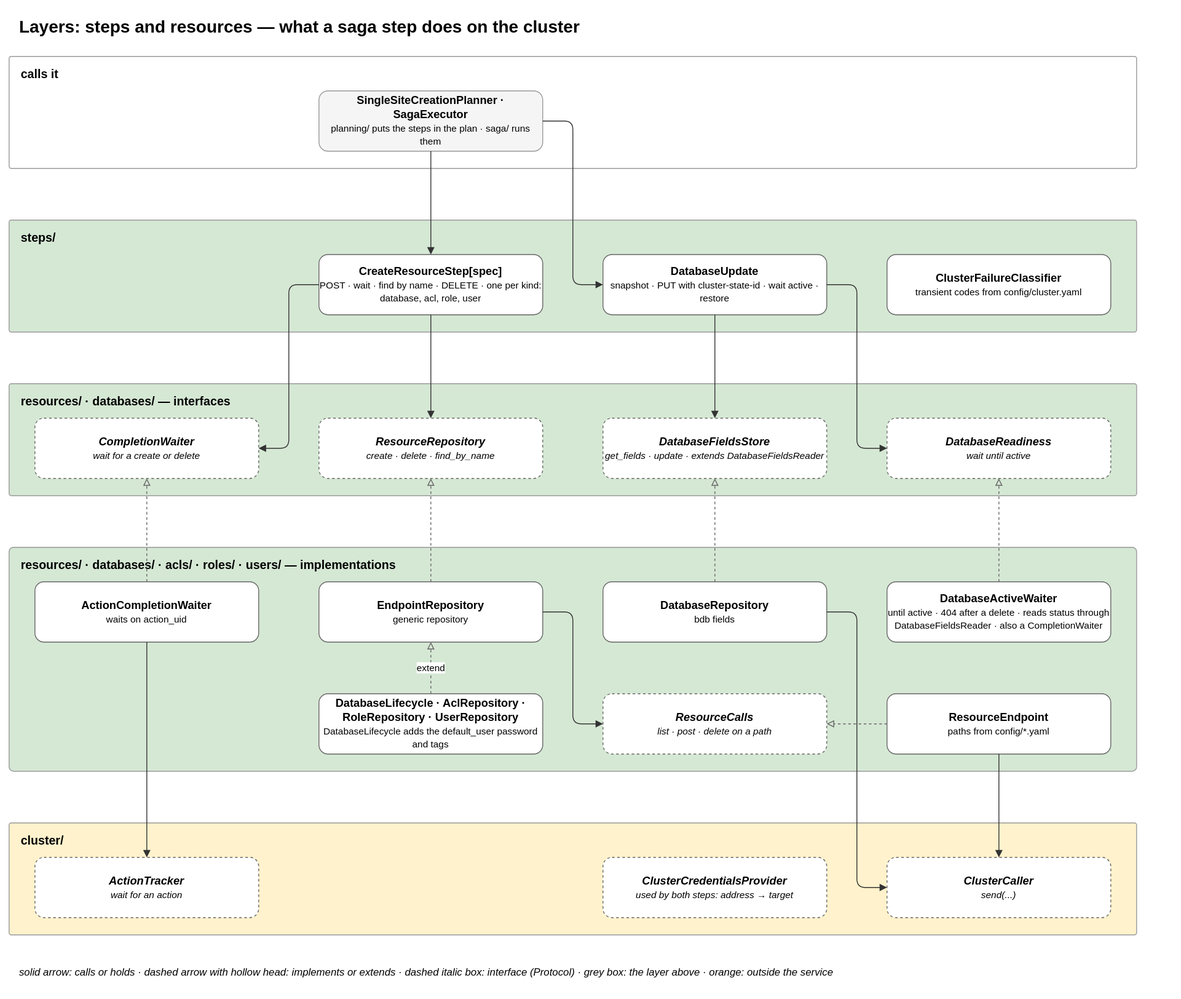
Before: docs/diagrams/07-layer-steps-resources.drawio.svg, a diagram exported from draw.io (EliShteinman/redis-enterprise-services). Source tidied: cells renumbered, new cells last; positions are measured from the earlier drawing's top-left corner, leaving out a move shared by most shapes.
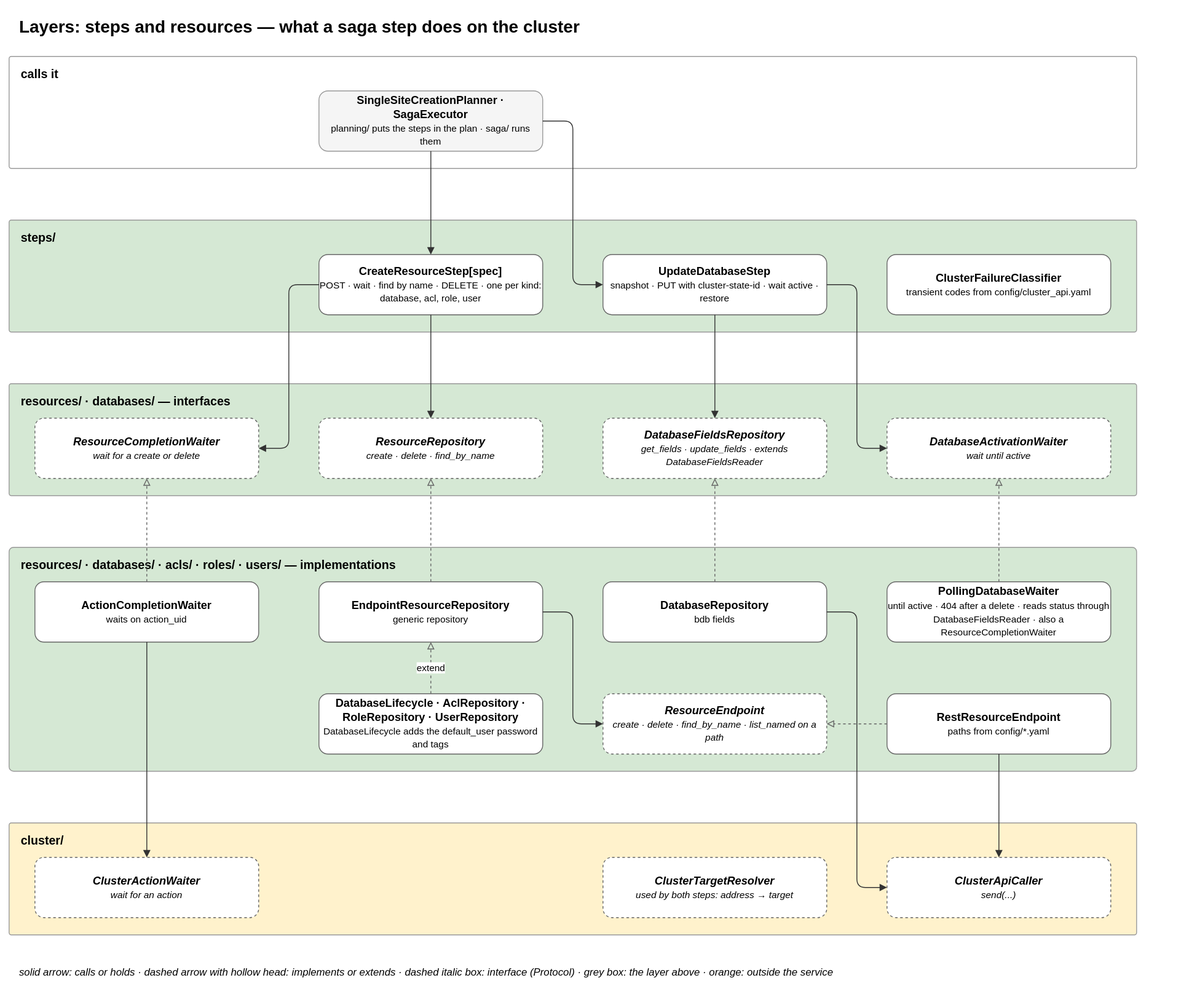
The same diagram one commit later.

What changed in the source:
```diff
@@ -17,25 +17,25 @@
     <mxCell id="6" value="&lt;b&gt;CreateResourceStep[spec]&lt;/b&gt;&lt;br&gt;&lt;font style='font-size:11px'&gt;POST · wait · find by name · DELETE · one per kind: database, acl, role, user&lt;/font&gt;" style="rounded=1;whiteSpace=wrap;html=1;fillColor=#ffffff;strokeColor=#666666;fontSize=13;" parent="1" vertex="1">
       <mxGeometry x="360" y="285" width="260" height="70" as="geometry" />
     </mxCell>
-    <mxCell id="7" value="&lt;b&gt;DatabaseUpdate&lt;/b&gt;&lt;br&gt;&lt;font style='font-size:11px'&gt;snapshot · PUT with cluster-state-id · wait active · restore&lt;/font&gt;" style="rounded=1;whiteSpace=wrap;html=1;fillColor=#ffffff;strokeColor=#666666;fontSize=13;" parent="1" vertex="1">
+    <mxCell id="7" value="&lt;b&gt;UpdateDatabaseStep&lt;/b&gt;&lt;br&gt;&lt;font style='font-size:11px'&gt;snapshot · PUT with cluster-state-id · wait active · restore&lt;/font&gt;" style="rounded=1;whiteSpace=wrap;html=1;fillColor=#ffffff;strokeColor=#666666;fontSize=13;" parent="1" vertex="1">
       <mxGeometry x="690" y="285" width="260" height="70" as="geometry" />
     </mxCell>
-    <mxCell id="8" value="&lt;b&gt;ClusterFailureClassifier&lt;/b&gt;&lt;br&gt;&lt;font style='font-size:11px'&gt;transient codes from config/cluster.yaml&lt;/font&gt;" style="rounded=1;whiteSpace=wrap;html=1;fillColor=#ffffff;strokeColor=#666666;fontSize=13;" parent="1" vertex="1">
+    <mxCell id="8" value="&lt;b&gt;ClusterFailureClassifier&lt;/b&gt;&lt;br&gt;&lt;font style='font-size:11px'&gt;transient codes from config/cluster_api.yaml&lt;/font&gt;" style="rounded=1;whiteSpace=wrap;html=1;fillColor=#ffffff;strokeColor=#666666;fontSize=13;" parent="1" vertex="1">
       <mxGeometry x="1020" y="285" width="260" height="70" as="geometry" />
     </mxCell>
     <mxCell id="9" value="&lt;b&gt;resources/ · databases/ — interfaces&lt;/b&gt;" style="rounded=1;arcSize=2;fillColor=#d5e8d4;strokeColor=#999999;verticalAlign=top;align=left;spacingLeft=12;spacingTop=6;html=1;fontSize=14;" parent="1" vertex="1">
       <mxGeometry y="435" width="1310" height="130" as="geometry" />
     </mxCell>
-    <mxCell id="10" value="&lt;b&gt;CompletionWaiter&lt;/b&gt;&lt;br&gt;&lt;font style='font-size:11px'&gt;wait for a create or delete&lt;/font&gt;" style="rounded=1;whiteSpace=wrap;html=1;fillColor=#ffffff;strokeColor=#666666;fontSize=13;dashed=1;fontStyle=2;" parent="1" vertex="1">
+    <mxCell id="10" value="&lt;b&gt;ResourceCompletionWaiter&lt;/b&gt;&lt;br&gt;&lt;font style='font-size:11px'&gt;wait for a create or delete&lt;/font&gt;" style="rounded=1;whiteSpace=wrap;html=1;fillColor=#ffffff;strokeColor=#666666;fontSize=13;dashed=1;fontStyle=2;" parent="1" vertex="1">
       <mxGeometry x="30" y="475" width="260" height="70" as="geometry" />
     </mxCell>
     <mxCell id="11" value="&lt;b&gt;ResourceRepository&lt;/b&gt;&lt;br&gt;&lt;font style='font-size:11px'&gt;create · delete · find_by_name&lt;/font&gt;" style="rounded=1;whiteSpace=wrap;html=1;fillColor=#ffffff;strokeColor=#666666;fontSize=13;dashed=1;fontStyle=2;" parent="1" vertex="1">
       <mxGeometry x="360" y="475" width="260" height="70" as="geometry" />
     </mxCell>
-    <mxCell id="12" value="&lt;b&gt;DatabaseFieldsStore&lt;/b&gt;&lt;br&gt;&lt;font style='font-size:11px'&gt;get_fields · update · extends DatabaseFieldsReader&lt;/font&gt;" style="rounded=1;whiteSpace=wrap;html=1;fillColor=#ffffff;strokeColor=#666666;fontSize=13;dashed=1;fontStyle=2;" parent="1" vertex="1">
+    <mxCell id="12" value="&lt;b&gt;DatabaseFieldsRepository&lt;/b&gt;&lt;br&gt;&lt;font style='font-size:11px'&gt;get_fields · update_fields · extends DatabaseFieldsReader&lt;/font&gt;" style="rounded=1;whiteSpace=wrap;html=1;fillColor=#ffffff;strokeColor=#666666;fontSize=13;dashed=1;fontStyle=2;" parent="1" vertex="1">
       <mxGeometry x="690" y="475" width="260" height="70" as="geometry" />
     </mxCell>
-    <mxCell id="13" value="&lt;b&gt;DatabaseReadiness&lt;/b&gt;&lt;br&gt;&lt;font style='font-size:11px'&gt;wait until active&lt;/font&gt;" style="rounded=1;whiteSpace=wrap;html=1;fillColor=#ffffff;strokeColor=#666666;fontSize=13;dashed=1;fontStyle=2;" parent="1" vertex="1">
+    <mxCell id="13" value="&lt;b&gt;DatabaseActivationWaiter&lt;/b&gt;&lt;br&gt;&lt;font style='font-size:11px'&gt;wait until active&lt;/font&gt;" style="rounded=1;whiteSpace=wrap;html=1;fillColor=#ffffff;strokeColor=#666666;fontSize=13;dashed=1;fontStyle=2;" parent="1" vertex="1">
       <mxGeometry x="1020" y="475" width="260" height="70" as="geometry" />
     </mxCell>
     <mxCell id="14" value="&lt;b&gt;resources/ · databases/ · acls/ · roles/ · users/ — implementations&lt;/b&gt;" style="rounded=1;arcSize=2;fillColor=#d5e8d4;strokeColor=#999999;verticalAlign=top;align=left;spacingLeft=12;spacingTop=6;html=1;fontSize=14;" parent="1" vertex="1">
@@ -44,34 +44,34 @@
     <mxCell id="15" value="&lt;b&gt;ActionCompletionWaiter&lt;/b&gt;&lt;br&gt;&lt;font style='font-size:11px'&gt;waits on action_uid&lt;/font&gt;" style="rounded=1;whiteSpace=wrap;html=1;fillColor=#ffffff;strokeColor=#666666;fontSize=13;" parent="1" vertex="1">
       <mxGeometry x="30" y="665" width="260" height="70" as="geometry" />
     </mxCell>
-    <mxCell id="16" value="&lt;b&gt;EndpointRepository&lt;/b&gt;&lt;br&gt;&lt;font style='font-size:11px'&gt;generic repository&lt;/font&gt;" style="rounded=1;whiteSpace=wrap;html=1;fillColor=#ffffff;strokeColor=#666666;fontSize=13;" parent="1" vertex="1">
+    <mxCell id="16" value="&lt;b&gt;EndpointResourceRepository&lt;/b&gt;&lt;br&gt;&lt;font style='font-size:11px'&gt;generic repository&lt;/font&gt;" style="rounded=1;whiteSpace=wrap;html=1;fillColor=#ffffff;strokeColor=#666666;fontSize=13;" parent="1" vertex="1">
       <mxGeometry x="360" y="665" width="260" height="70" as="geometry" />
     </mxCell>
     <mxCell id="17" value="&lt;b&gt;DatabaseRepository&lt;/b&gt;&lt;br&gt;&lt;font style='font-size:11px'&gt;bdb fields&lt;/font&gt;" style="rounded=1;whiteSpace=wrap;html=1;fillColor=#ffffff;strokeColor=#666666;fontSize=13;" parent="1" vertex="1">
       <mxGeometry x="690" y="665" width="260" height="70" as="geometry" />
     </mxCell>
-    <mxCell id="18" value="&lt;b&gt;DatabaseActiveWaiter&lt;/b&gt;&lt;br&gt;&lt;font style='font-size:11px'&gt;until active · 404 after a delete · reads status through DatabaseFieldsReader · also a CompletionWaiter&lt;/font&gt;" style="rounded=1;whiteSpace=wrap;html=1;fillColor=#ffffff;strokeColor=#666666;fontSize=13;" parent="1" vertex="1">
+    <mxCell id="18" value="&lt;b&gt;PollingDatabaseWaiter&lt;/b&gt;&lt;br&gt;&lt;font style='font-size:11px'&gt;until active · 404 after a delete · reads status through DatabaseFieldsReader · also a ResourceCompletionWaiter&lt;/font&gt;" style="rounded=1;whiteSpace=wrap;html=1;fillColor=#ffffff;strokeColor=#666666;fontSize=13;" parent="1" vertex="1">
       <mxGeometry x="1020" y="665" width="260" height="70" as="geometry" />
     </mxCell>
     <mxCell id="19" value="&lt;b&gt;DatabaseLifecycle · AclRepository · RoleRepository · UserRepository&lt;/b&gt;&lt;br&gt;&lt;font style='font-size:11px'&gt;DatabaseLifecycle adds the default_user password and tags&lt;/font&gt;" style="rounded=1;whiteSpace=wrap;html=1;fillColor=#ffffff;strokeColor=#666666;fontSize=13;" parent="1" vertex="1">
       <mxGeometry x="360" y="795" width="260" height="70" as="geometry" />
     </mxCell>
-    <mxCell id="20" value="&lt;b&gt;ResourceCalls&lt;/b&gt;&lt;br&gt;&lt;font style='font-size:11px'&gt;list · post · delete on a path&lt;/font&gt;" style="rounded=1;whiteSpace=wrap;html=1;fillColor=#ffffff;strokeColor=#666666;fontSize=13;dashed=1;fontStyle=2;" parent="1" vertex="1">
+    <mxCell id="20" value="&lt;b&gt;ResourceEndpoint&lt;/b&gt;&lt;br&gt;&lt;font style='font-size:11px'&gt;create · delete · find_by_name · list_named on a path&lt;/font&gt;" style="rounded=1;whiteSpace=wrap;html=1;fillColor=#ffffff;strokeColor=#666666;fontSize=13;dashed=1;fontStyle=2;" parent="1" vertex="1">
       <mxGeometry x="690" y="795" width="260" height="70" as="geometry" />
     </mxCell>
-    <mxCell id="21" value="&lt;b&gt;ResourceEndpoint&lt;/b&gt;&lt;br&gt;&lt;font style='font-size:11px'&gt;paths from config/*.yaml&lt;/font&gt;" style="rounded=1;whiteSpace=wrap;html=1;fillColor=#ffffff;strokeColor=#666666;fontSize=13;" parent="1" vertex="1">
+    <mxCell id="21" value="&lt;b&gt;RestResourceEndpoint&lt;/b&gt;&lt;br&gt;&lt;font style='font-size:11px'&gt;paths from config/*.yaml&lt;/font&gt;" style="rounded=1;whiteSpace=wrap;html=1;fillColor=#ffffff;strokeColor=#666666;fontSize=13;" parent="1" vertex="1">
       <mxGeometry x="1020" y="795" width="260" height="70" as="geometry" />
     </mxCell>
     <mxCell id="22" value="&lt;b&gt;cluster/&lt;/b&gt;" style="rounded=1;arcSize=2;fillColor=#fff2cc;strokeColor=#999999;verticalAlign=top;align=left;spacingLeft=12;spacingTop=6;html=1;fontSize=14;" parent="1" vertex="1">
       <mxGeometry y="945" width="1310" height="130" as="geometry" />
     </mxCell>
-    <mxCell id="23" value="&lt;b&gt;ActionTracker&lt;/b&gt;&lt;br&gt;&lt;font style='font-size:11px'&gt;wait for an action&lt;/font&gt;" style="rounded=1;whiteSpace=wrap;html=1;fillColor=#ffffff;strokeColor=#666666;fontSize=13;dashed=1;fontStyle=2;" parent="1" vertex="1">
+    <mxCell id="23" value="&lt;b&gt;ClusterActionWaiter&lt;/b&gt;&lt;br&gt;&lt;font style='font-size:11px'&gt;wait for an action&lt;/font&gt;" style="rounded=1;whiteSpace=wrap;html=1;fillColor=#ffffff;strokeColor=#666666;fontSize=13;dashed=1;fontStyle=2;" parent="1" vertex="1">
       <mxGeometry x="30" y="985" width="260" height="70" as="geometry" />
     </mxCell>
-    <mxCell id="24" value="&lt;b&gt;ClusterCredentialsProvider&lt;/b&gt;&lt;br&gt;&lt;font style='font-size:11px'&gt;used by both steps: address → target&lt;/font&gt;" style="rounded=1;whiteSpace=wrap;html=1;fillColor=#ffffff;strokeColor=#666666;fontSize=13;dashed=1;fontStyle=2;" parent="1" vertex="1">
+    <mxCell id="24" value="&lt;b&gt;ClusterTargetResolver&lt;/b&gt;&lt;br&gt;&lt;font style='font-size:11px'&gt;used by both steps: address → target&lt;/font&gt;" style="rounded=1;whiteSpace=wrap;html=1;fillColor=#ffffff;strokeColor=#666666;fontSize=13;dashed=1;fontStyle=2;" parent="1" vertex="1">
       <mxGeometry x="690" y="985" width="260" height="70" as="geometry" />
     </mxCell>
-    <mxCell id="25" value="&lt;b&gt;ClusterCaller&lt;/b&gt;&lt;br&gt;&lt;font style='font-size:11px'&gt;send(...)&lt;/font&gt;" style="rounded=1;whiteSpace=wrap;html=1;fillColor=#ffffff;strokeColor=#666666;fontSize=13;dashed=1;fontStyle=2;" parent="1" vertex="1">
+    <mxCell id="25" value="&lt;b&gt;ClusterApiCaller&lt;/b&gt;&lt;br&gt;&lt;font style='font-size:11px'&gt;send(...)&lt;/font&gt;" style="rounded=1;whiteSpace=wrap;html=1;fillColor=#ffffff;strokeColor=#666666;fontSize=13;dashed=1;fontStyle=2;" parent="1" vertex="1">
       <mxGeometry x="1020" y="985" width="260" height="70" as="geometry" />
     </mxCell>
     <mxCell id="26" style="edgeStyle=orthogonalEdgeStyle;rounded=1;html=1;fontSize=11;labelBackgroundColor=#ffffff;exitX=0.5;exitY=1;entryX=0.5;entryY=0;endArrow=block;strokeColor=#333333;" parent="1" edge="1" source="4" target="6">
```
